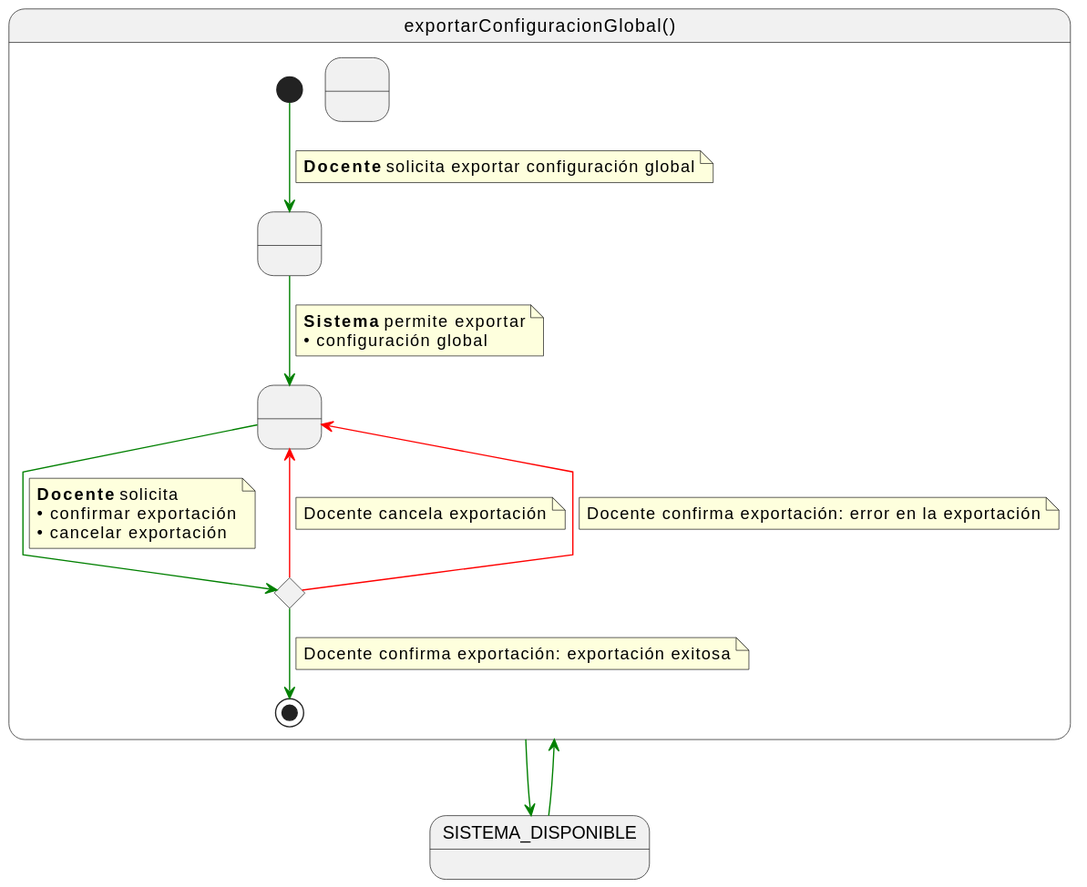
This is documents/casos-de-uso/detalladoCasosDeUso/exportarConfiguracionGlobal/exportarConfiguracionGlobal.svg from martinlopez7/25-26-IdSw1-SdR, a PlantUML export, as it was before one commit. Source of this version:
```plantuml
@startuml
skinparam linetype polyline

state exportarConfiguracionGlobal as "exportarConfiguracionGlobal()" {

    state " " as RequiringGlobalConfigurationExport
    state " " as ProvidingGlobalConfiguration
    state " " as ProvidingConfirmation
    state c <<choice>>

    [*] -[#green]-> RequiringGlobalConfigurationExport
    note on link
    <b>Docente</b> solicita exportar configuración global
    end note

    RequiringGlobalConfigurationExport -[#green]-> ProvidingGlobalConfiguration
    note on link
    <b>Sistema</b> permite exportar
    • configuración global
    end note

    ProvidingGlobalConfiguration -[#green]-> c
    note on link
    <b>Docente</b> solicita
    • confirmar exportación
    • cancelar exportación
    end note

    c -[#red]-> ProvidingGlobalConfiguration
    note on link
    Docente cancela exportación
    end note

    c -[#red]-> ProvidingGlobalConfiguration
    note on link
    Docente confirma exportación: error en la exportación
    end note

    c -[#green]-> [*]
    note on link
    Docente confirma exportación: exportación exitosa
    end note
}

SISTEMA_DISPONIBLE -[#green]-> exportarConfiguracionGlobal

exportarConfiguracionGlobal -[#green]-> SISTEMA_DISPONIBLE
@enduml
```
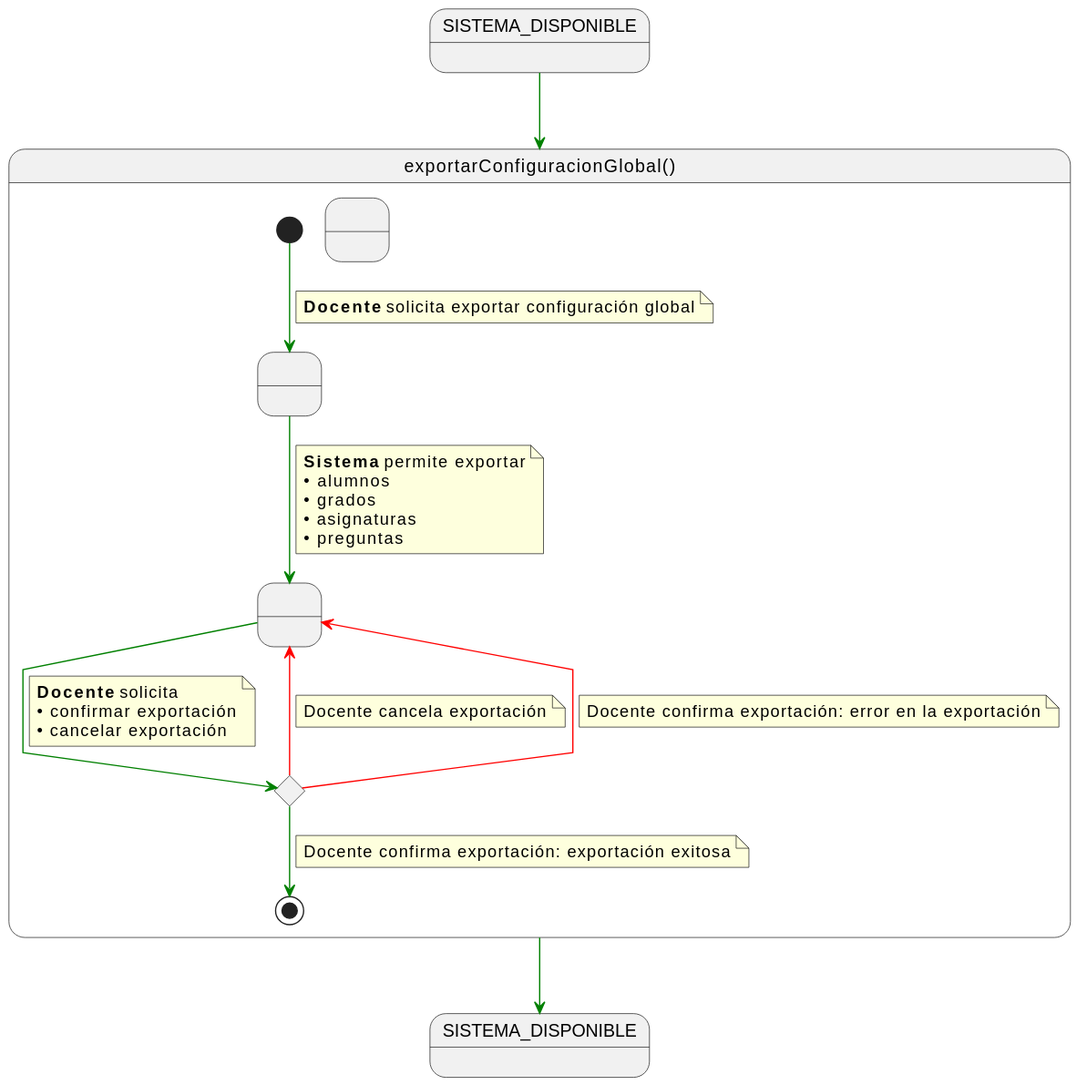
Later version of the same file.

The edit, as a diff of the source:
```diff
@@ -1,5 +1,7 @@
 @startuml
 skinparam linetype polyline
+
+state SISTEMA_DISPONIBLE2 as "SISTEMA_DISPONIBLE"
 
 state exportarConfiguracionGlobal as "exportarConfiguracionGlobal()" {
 
@@ -16,7 +18,10 @@
     RequiringGlobalConfigurationExport -[#green]-> ProvidingGlobalConfiguration
     note on link
     <b>Sistema</b> permite exportar
-    • configuración global
+    • alumnos
+    • grados
+    • asignaturas
+    • preguntas
     end note
 
     ProvidingGlobalConfiguration -[#green]-> c
@@ -44,5 +49,5 @@
 
 SISTEMA_DISPONIBLE -[#green]-> exportarConfiguracionGlobal
 
-exportarConfiguracionGlobal -[#green]-> SISTEMA_DISPONIBLE
+exportarConfiguracionGlobal -[#green]-> SISTEMA_DISPONIBLE2
 @enduml
```
